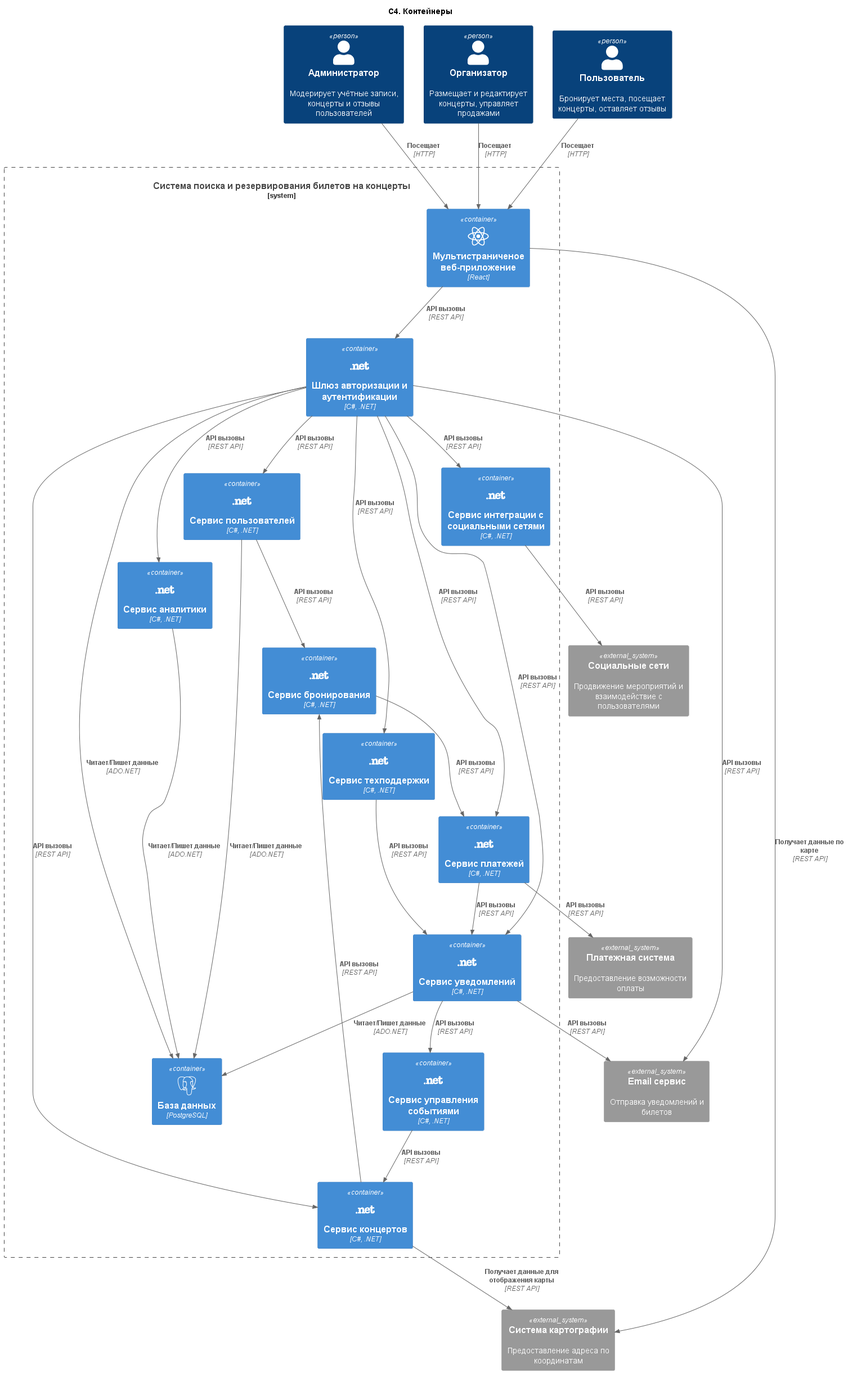
amfunNylord/rtpo keeps this PlantUML diagram as out/2. Технический проект/2_container/C4. Контейнеры.png. Above is the earlier version.
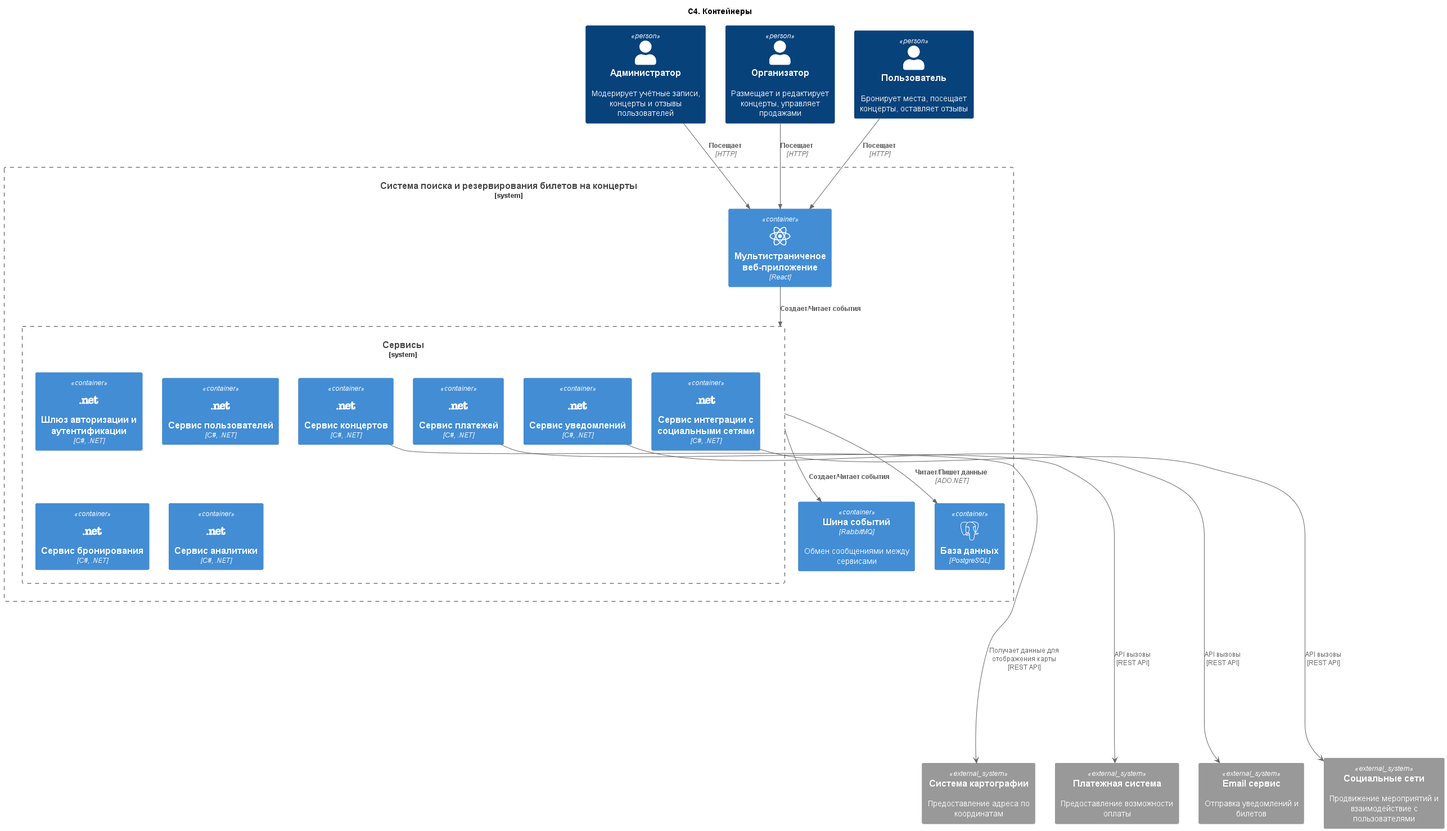
Above is the later version.

Commit message:
Исправил контейнер

What changed in the source:
```diff
@@ -16,17 +16,18 @@
 
 System_Boundary(concert_system, "Система поиска и резервирования билетов на концерты") {
     Container(web_app, "Мультистраниченое веб-приложение", "React", "", $sprite="react")
+    System_Boundary(services, "Сервисы") {
+        Container(auth_service, "Шлюз авторизации и аутентификации", "C#, .NET", "", $sprite="netmagazine")
+        Container(user_service, "Сервис пользователей", "C#, .NET", "", $sprite="netmagazine")
+        Container(concert_service, "Сервис концертов", "C#, .NET", "", $sprite="netmagazine")
+        Container(booking_service, "Сервис бронирования", "C#, .NET", "", $sprite="netmagazine")
+        Container(payment_service, "Сервис платежей", "C#, .NET", "", $sprite="netmagazine")
+        Container(notification_service, "Сервис уведомлений", "C#, .NET", "", $sprite="netmagazine")
+        Container(analytics_service, "Сервис аналитики", "C#, .NET", "", $sprite="netmagazine")
+        Container(social_integration_service, "Сервис интеграции с социальными сетями", "C#, .NET", "", $sprite="netmagazine")
+    }
+    Container(rabbitmq, "Шина событий", "RabbitMQ", "Обмен сообщениями между сервисами")
     Container(database, "База данных", "PostgreSQL", "", $sprite="postgresql")
-    Container(user_service, "Сервис пользователей", "C#, .NET", "", $sprite="netmagazine")
-    Container(concert_service, "Сервис концертов", "C#, .NET", "", $sprite="netmagazine")
-    Container(booking_service, "Сервис бронирования", "C#, .NET", "", $sprite="netmagazine")
-    Container(payment_service, "Сервис платежей", "C#, .NET", "", $sprite="netmagazine")
-    Container(notification_service, "Сервис уведомлений", "C#, .NET", "", $sprite="netmagazine")
-    Container(analytics_service, "Сервис аналитики", "C#, .NET", "", $sprite="netmagazine")
-    Container(event_management_service, "Сервис управления событиями", "C#, .NET", "", $sprite="netmagazine")
-    Container(social_integration_service, "Сервис интеграции с социальными сетями", "C#, .NET", "", $sprite="netmagazine")
-    Container(auth_service, "Шлюз авторизации и аутентификации", "C#, .NET", "", $sprite="netmagazine")
-    Container(support_service, "Сервис техподдержки", "C#, .NET", "", $sprite="netmagazine")
 }
 
 System_Ext(payment_system, "Платежная система", "Предоставление возможности оплаты")
@@ -38,39 +39,18 @@
 Rel(organizer, web_app, "Посещает", "HTTP")
 Rel(user, web_app, "Посещает", "HTTP")
 
-Rel(web_app, auth_service, "API вызовы", "REST API")
-Rel(web_app, map_system, "Получает данные по карте", "REST API")
+Rel(services, database, "Читает/Пишет данные", "ADO.NET")
+Rel(services, rabbitmq, "Создает/Читает события")
 
-Rel(auth_service, user_service, "API вызовы", "REST API")
-Rel(auth_service, payment_service, "API вызовы", "REST API")
-Rel(auth_service, notification_service, "API вызовы", "REST API")
-Rel(auth_service, analytics_service, "API вызовы", "REST API")
-Rel(auth_service, concert_service, "API вызовы", "REST API")
-Rel(auth_service, support_service, "API вызовы", "REST API")
-Rel(auth_service, social_integration_service, "API вызовы", "REST API")
-Rel(auth_service, database, "Читает/Пишет данные", "ADO.NET")
-Rel(auth_service, email_system, "API вызовы", "REST API")
+concert_service --> map_system : "Получает данные для отображения карты\n[REST API]"
+concert_service ---[hidden]---> map_system
+notification_service --> email_system : "API вызовы\n[REST API]"
+notification_service ---[hidden]---> email_system
+payment_service --> payment_system : "API вызовы\n[REST API]"
+payment_service ---[hidden]---> payment_system
+social_integration_service --> socials_system : "API вызовы\n[REST API]"
+social_integration_service ---[hidden]---> socials_system
 
-Rel(analytics_service, database, "Читает/Пишет данные", "ADO.NET")
-
-Rel(notification_service, database, "Читает/Пишет данные", "ADO.NET")
-Rel(notification_service, email_system, "API вызовы", "REST API")
-Rel(notification_service, event_management_service, "API вызовы", "REST API")
-
-Rel(user_service, database, "Читает/Пишет данные", "ADO.NET")
-Rel(user_service, booking_service, "API вызовы", "REST API")
-
-Rel(concert_service, booking_service, "API вызовы", "REST API")
-Rel(concert_service, map_system, "Получает данные для отображения карты", "REST API")
-
-Rel(booking_service, payment_service, "API вызовы", "REST API")
-
-Rel(payment_service, payment_system, "API вызовы", "REST API")
-Rel(payment_service, notification_service, "API вызовы", "REST API")
-
-Rel(social_integration_service, socials_system, "API вызовы", "REST API")
-
-Rel(event_management_service, concert_service, "API вызовы", "REST API")
-Rel(support_service, notification_service, "API вызовы", "REST API")
+Rel(web_app, services, "Создает/Читает события")
 
 @enduml
```
